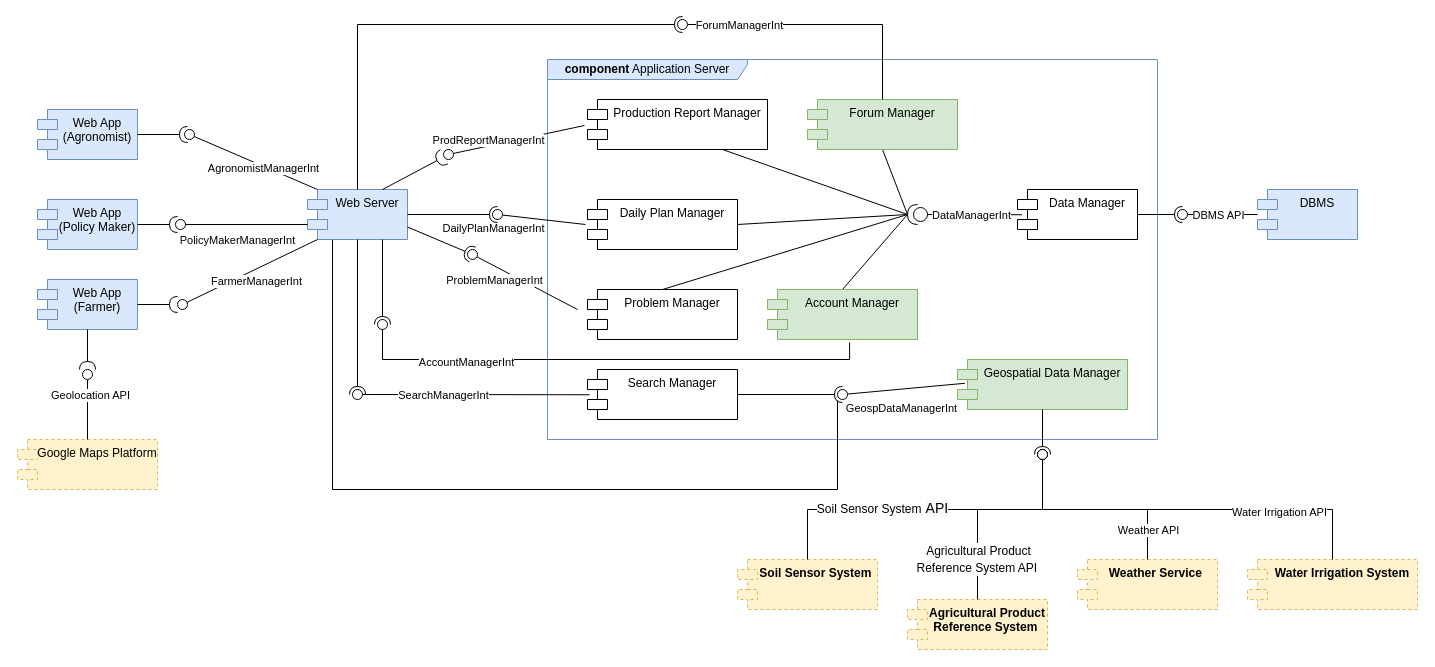
ictar/DREAM-SE2-Project-2022 keeps this draw.io diagram as page "overview with detail" (4 of 4) of DD/diagrams/component.drawio. Above is the earlier version. Source tidied: cells renumbered, new cells numbered last; positions are measured from the earlier drawing's top-left corner, leaving out a move shared by most shapes. Both pictures are drawn from the tidied source at 100%, with x=0, y=0 at pixel (17, 19).
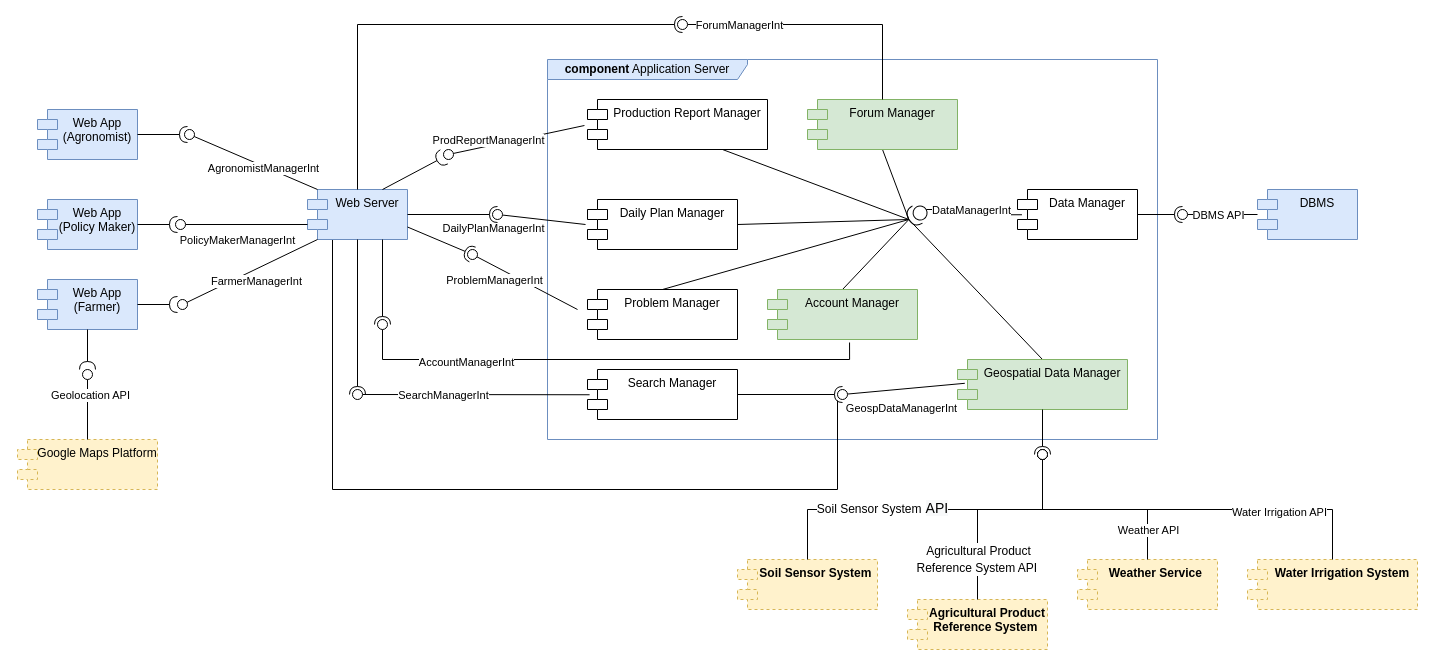
After the change.

The change refers to these unchanged cells:
```xml
<mxCell id="16" value="Geospatial Data Manager" style="shape=module;align=left;spacingLeft=20;align=center;verticalAlign=top;strokeColor=#82b366;fillColor=#d5e8d4;" parent="1" vertex="1">
  <mxGeometry x="940" y="340" width="170" height="50" as="geometry" />
</mxCell>
```

Diff of the diagram source:
```diff
@@
+    <mxCell id="91" style="edgeStyle=none;rounded=0;jettySize=auto;html=1;exitX=0.5;exitY=0;exitDx=0;exitDy=0;entryX=1;entryY=0.5;entryDx=0;entryDy=0;entryPerimeter=0;endArrow=none;endFill=0;" parent="1" edge="1" source="16" target="44">
+      <mxGeometry relative="1" as="geometry" />
+    </mxCell>
@@
-    <mxCell id="44" style="shape=providedRequiredInterface;html=1;verticalLabelPosition=bottom;sketch=0;fontColor=#000000;strokeColor=default;rotation=-180;" parent="1" vertex="1">
+    <mxCell id="44" style="shape=providedRequiredInterface;html=1;verticalLabelPosition=bottom;sketch=0;fontColor=#000000;strokeColor=default;rotation=-210;" parent="1" vertex="1">
       <mxGeometry x="890" y="185" width="20" height="20" as="geometry" />
     </mxCell>
```
